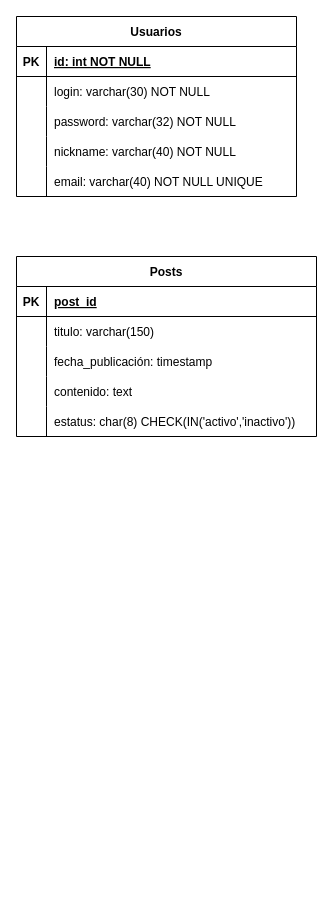
Before: base-diagram.drawio in Byance/learning-database, a draw.io diagram. Source tidied: cells renumbered, new cells numbered last; positions are measured from the earlier drawing's top-left corner, leaving out a move shared by most shapes. Both pictures are drawn from the tidied source at 100%, with x=0, y=0 at pixel (16, 16).
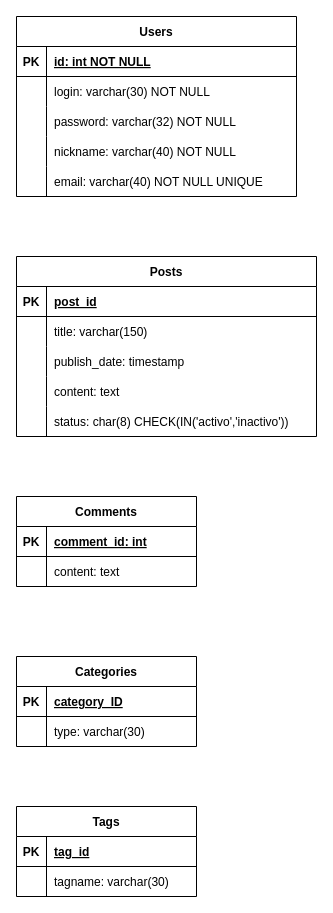
The same page after the edit.

Commit message:
add comments, categories and tags

The change refers to these unchanged cells:
```xml
<mxCell id="22" style="shape=tableRow;horizontal=0;startSize=0;swimlaneHead=0;swimlaneBody=0;fillColor=none;top=0;left=0;right=0;bottom=0;" parent="18" vertex="1">
  <mxGeometry y="60" width="300" height="30" as="geometry" />
</mxCell>
<mxCell id="25" style="shape=tableRow;horizontal=0;startSize=0;swimlaneHead=0;swimlaneBody=0;fillColor=none;top=0;left=0;right=0;bottom=0;" parent="18" vertex="1">
  <mxGeometry y="90" width="300" height="30" as="geometry" />
</mxCell>
<mxCell id="28" style="shape=tableRow;horizontal=0;startSize=0;swimlaneHead=0;swimlaneBody=0;fillColor=none;top=0;left=0;right=0;bottom=0;" parent="18" vertex="1">
  <mxGeometry y="120" width="300" height="30" as="geometry" />
</mxCell>
<mxCell id="31" style="shape=tableRow;horizontal=0;startSize=0;swimlaneHead=0;swimlaneBody=0;fillColor=none;top=0;left=0;right=0;bottom=0;" parent="18" vertex="1">
  <mxGeometry y="150" width="300" height="30" as="geometry" />
</mxCell>
```

Change to the diagram source:
```diff
@@
-    <mxCell id="2" value="Usuarios" style="shape=table;startSize=30;childLayout=tableLayout;rowLines=0;fontStyle=1;align=center;" parent="1" vertex="1">
+    <mxCell id="2" value="Users" style="shape=table;startSize=30;childLayout=tableLayout;rowLines=0;fontStyle=1;align=center;" parent="1" vertex="1">
       <mxGeometry width="280" height="180" as="geometry" />
     </mxCell>
@@
-    <mxCell id="24" value="titulo: varchar(150)" style="shape=partialRectangle;fillColor=none;top=0;left=0;bottom=0;right=0;align=left;spacingLeft=6;overflow=hidden;" parent="22" vertex="1">
+    <mxCell id="24" value="title: varchar(150)" style="shape=partialRectangle;fillColor=none;top=0;left=0;bottom=0;right=0;align=left;spacingLeft=6;overflow=hidden;" parent="22" vertex="1">
       <mxGeometry x="30" width="270" height="30" as="geometry" />
     </mxCell>
@@
-    <mxCell id="27" value="fecha_publicación: timestamp" style="shape=partialRectangle;fillColor=none;top=0;left=0;bottom=0;right=0;align=left;spacingLeft=6;overflow=hidden;" parent="25" vertex="1">
+    <mxCell id="27" value="publish_date: timestamp" style="shape=partialRectangle;fillColor=none;top=0;left=0;bottom=0;right=0;align=left;spacingLeft=6;overflow=hidden;" parent="25" vertex="1">
       <mxGeometry x="30" width="270" height="30" as="geometry" />
     </mxCell>
@@
-    <mxCell id="30" value="contenido: text" style="shape=partialRectangle;fillColor=none;top=0;left=0;bottom=0;right=0;align=left;spacingLeft=6;overflow=hidden;" parent="28" vertex="1">
+    <mxCell id="30" value="content: text" style="shape=partialRectangle;fillColor=none;top=0;left=0;bottom=0;right=0;align=left;spacingLeft=6;overflow=hidden;" parent="28" vertex="1">
       <mxGeometry x="30" width="270" height="30" as="geometry" />
     </mxCell>
@@
-    <mxCell id="33" value="estatus: char(8) CHECK(IN('activo','inactivo'))" style="shape=partialRectangle;fillColor=none;top=0;left=0;bottom=0;right=0;align=left;spacingLeft=6;overflow=hidden;" parent="31" vertex="1">
+    <mxCell id="33" value="status: char(8) CHECK(IN('activo','inactivo'))" style="shape=partialRectangle;fillColor=none;top=0;left=0;bottom=0;right=0;align=left;spacingLeft=6;overflow=hidden;" parent="31" vertex="1">
       <mxGeometry x="30" width="270" height="30" as="geometry" />
     </mxCell>
+    <mxCell id="34" value="Comments" style="shape=table;startSize=30;childLayout=tableLayout;rowLines=0;fontStyle=1;align=center;" parent="1" vertex="1">
+      <mxGeometry y="480" width="180" height="90" as="geometry" />
+    </mxCell>
+    <mxCell id="35" style="shape=tableRow;horizontal=0;startSize=0;swimlaneHead=0;swimlaneBody=0;fillColor=none;top=0;left=0;right=0;bottom=1;" parent="34" vertex="1">
+      <mxGeometry y="30" width="180" height="30" as="geometry" />
+    </mxCell>
+    <mxCell id="36" value="PK" style="shape=partialRectangle;fillColor=none;top=0;left=0;bottom=0;right=0;fontStyle=1;overflow=hidden;" parent="35" vertex="1">
+      <mxGeometry width="30" height="30" as="geometry" />
+    </mxCell>
+    <mxCell id="37" value="comment_id: int" style="shape=partialRectangle;fillColor=none;top=0;left=0;bottom=0;right=0;align=left;spacingLeft=6;fontStyle=5;overflow=hidden;" parent="35" vertex="1">
+      <mxGeometry x="30" width="150" height="30" as="geometry" />
+    </mxCell>
+    <mxCell id="38" style="shape=tableRow;horizontal=0;startSize=0;swimlaneHead=0;swimlaneBody=0;fillColor=none;top=0;left=0;right=0;bottom=0;" parent="34" vertex="1">
+      <mxGeometry y="60" width="180" height="30" as="geometry" />
+    </mxCell>
+    <mxCell id="39" style="shape=partialRectangle;fillColor=none;top=0;left=0;bottom=0;right=0;overflow=hidden;" parent="38" vertex="1">
+      <mxGeometry width="30" height="30" as="geometry" />
+    </mxCell>
+    <mxCell id="40" value="content: text" style="shape=partialRectangle;fillColor=none;top=0;left=0;bottom=0;right=0;align=left;spacingLeft=6;overflow=hidden;" parent="38" vertex="1">
+      <mxGeometry x="30" width="150" height="30" as="geometry" />
+    </mxCell>
+    <mxCell id="41" value="Categories" style="shape=table;startSize=30;childLayout=tableLayout;rowLines=0;fontStyle=1;align=center;" parent="1" vertex="1">
+      <mxGeometry y="640" width="180" height="90" as="geometry" />
+    </mxCell>
+    <mxCell id="42" style="shape=tableRow;horizontal=0;startSize=0;swimlaneHead=0;swimlaneBody=0;fillColor=none;top=0;left=0;right=0;bottom=1;" parent="41" vertex="1">
+      <mxGeometry y="30" width="180" height="30" as="geometry" />
+    </mxCell>
+    <mxCell id="43" value="PK" style="shape=partialRectangle;fillColor=none;top=0;left=0;bottom=0;right=0;fontStyle=1;overflow=hidden;" parent="42" vertex="1">
+      <mxGeometry width="30" height="30" as="geometry" />
+    </mxCell>
+    <mxCell id="44" value="category_ID" style="shape=partialRectangle;fillColor=none;top=0;left=0;bottom=0;right=0;align=left;spacingLeft=6;fontStyle=5;overflow=hidden;" parent="42" vertex="1">
+      <mxGeometry x="30" width="150" height="30" as="geometry" />
+    </mxCell>
+    <mxCell id="45" style="shape=tableRow;horizontal=0;startSize=0;swimlaneHead=0;swimlaneBody=0;fillColor=none;top=0;left=0;right=0;bottom=0;" parent="41" vertex="1">
+      <mxGeometry y="60" width="180" height="30" as="geometry" />
+    </mxCell>
+    <mxCell id="46" style="shape=partialRectangle;fillColor=none;top=0;left=0;bottom=0;right=0;overflow=hidden;" parent="45" vertex="1">
+      <mxGeometry width="30" height="30" as="geometry" />
+    </mxCell>
+    <mxCell id="47" value="type: varchar(30)" style="shape=partialRectangle;fillColor=none;top=0;left=0;bottom=0;right=0;align=left;spacingLeft=6;overflow=hidden;" parent="45" vertex="1">
+      <mxGeometry x="30" width="150" height="30" as="geometry" />
+    </mxCell>
+    <mxCell id="48" value="Tags" style="shape=table;startSize=30;childLayout=tableLayout;rowLines=0;fontStyle=1;align=center;" parent="1" vertex="1">
+      <mxGeometry y="790" width="180" height="90" as="geometry" />
+    </mxCell>
+    <mxCell id="49" style="shape=tableRow;horizontal=0;startSize=0;swimlaneHead=0;swimlaneBody=0;fillColor=none;top=0;left=0;right=0;bottom=1;" parent="48" vertex="1">
+      <mxGeometry y="30" width="180" height="30" as="geometry" />
+    </mxCell>
+    <mxCell id="50" value="PK" style="shape=partialRectangle;fillColor=none;top=0;left=0;bottom=0;right=0;fontStyle=1;overflow=hidden;" parent="49" vertex="1">
+      <mxGeometry width="30" height="30" as="geometry" />
+    </mxCell>
+    <mxCell id="51" value="tag_id" style="shape=partialRectangle;fillColor=none;top=0;left=0;bottom=0;right=0;align=left;spacingLeft=6;fontStyle=5;overflow=hidden;" parent="49" vertex="1">
+      <mxGeometry x="30" width="150" height="30" as="geometry" />
+    </mxCell>
+    <mxCell id="52" style="shape=tableRow;horizontal=0;startSize=0;swimlaneHead=0;swimlaneBody=0;fillColor=none;top=0;left=0;right=0;bottom=0;" parent="48" vertex="1">
+      <mxGeometry y="60" width="180" height="30" as="geometry" />
+    </mxCell>
+    <mxCell id="53" style="shape=partialRectangle;fillColor=none;top=0;left=0;bottom=0;right=0;overflow=hidden;" parent="52" vertex="1">
+      <mxGeometry width="30" height="30" as="geometry" />
+    </mxCell>
+    <mxCell id="54" value="tagname: varchar(30)" style="shape=partialRectangle;fillColor=none;top=0;left=0;bottom=0;right=0;align=left;spacingLeft=6;overflow=hidden;" parent="52" vertex="1">
+      <mxGeometry x="30" width="150" height="30" as="geometry" />
+    </mxCell>
```
